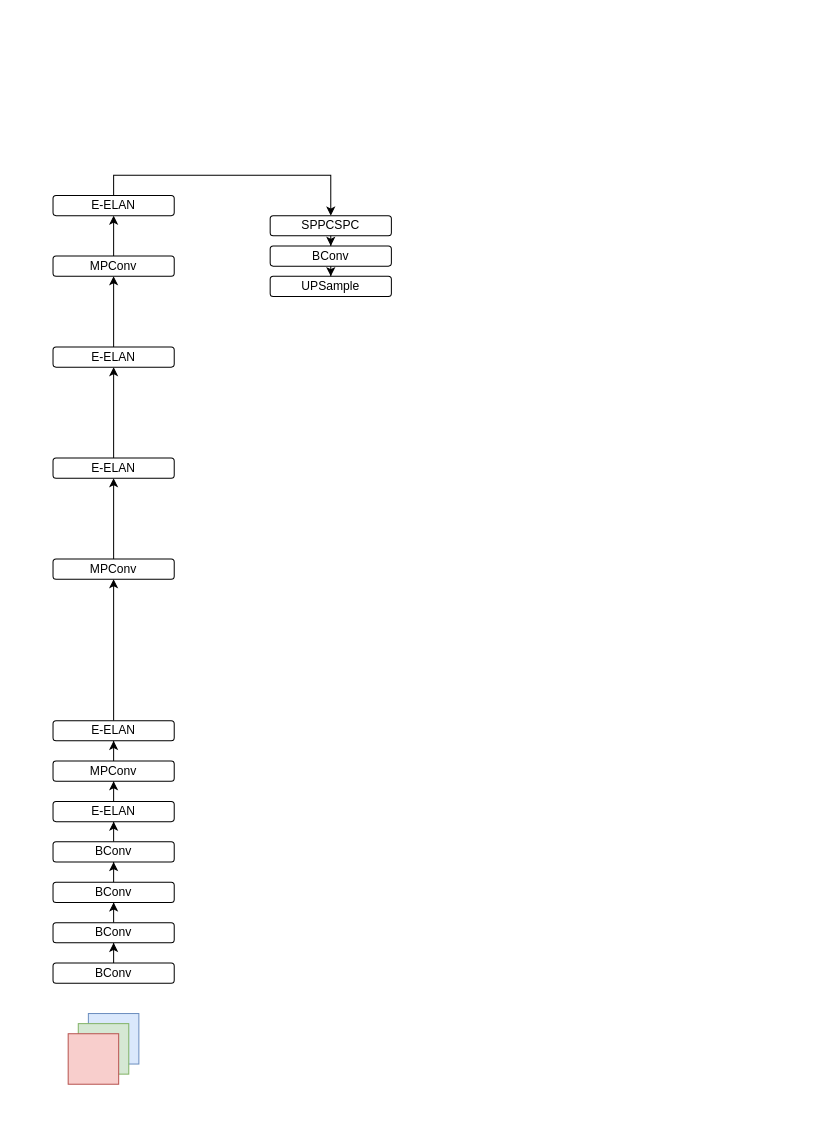
This is yolov7.drawio from YANGJUNYAN0715/papers, a draw.io file, before an edit. Source tidied: cells renumbered, new cells numbered last; positions are measured from the earlier drawing's top-left corner, leaving out a move shared by most shapes. Both pictures are drawn from the tidied source at 101%, with x=0, y=0 at pixel (53, 195).
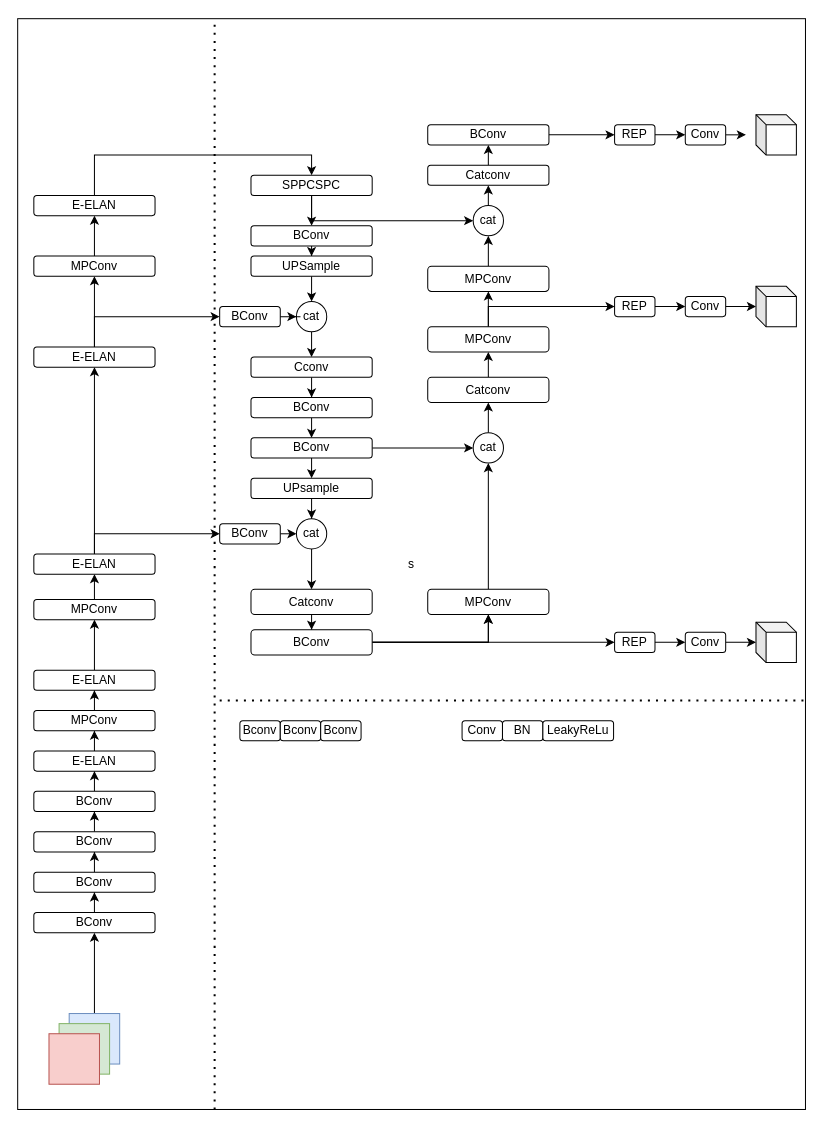
The same diagram, later.

What changed in the source:
```diff
@@
+    <mxCell id="34" value="s" style="rounded=0;whiteSpace=wrap;html=1;" parent="1" vertex="1">
+      <mxGeometry x="-35" y="-175" width="780" height="1080" as="geometry" />
+    </mxCell>
+    <mxCell id="35" style="edgeStyle=orthogonalEdgeStyle;rounded=0;jettySize=auto;html=1;exitX=0.5;exitY=0;exitDx=0;exitDy=0;entryX=0.5;entryY=1;entryDx=0;entryDy=0;" parent="1" edge="1" source="2" target="6">
+      <mxGeometry relative="1" as="geometry" />
+    </mxCell>
     <mxCell id="2" style="whiteSpace=wrap;html=1;fillColor=#dae8fc;strokeColor=#6c8ebf;" parent="1" vertex="1">
-      <mxGeometry x="35" y="810" width="50" height="50" as="geometry" />
+      <mxGeometry x="16" y="810" width="50" height="50" as="geometry" />
     </mxCell>
     <mxCell id="3" style="whiteSpace=wrap;html=1;fillColor=#d5e8d4;strokeColor=#82b366;" parent="1" vertex="1">
-      <mxGeometry x="25" y="820" width="50" height="50" as="geometry" />
+      <mxGeometry x="6" y="820" width="50" height="50" as="geometry" />
     </mxCell>
     <mxCell id="4" style="whiteSpace=wrap;html=1;fillColor=#f8cecc;strokeColor=#b85450;" parent="1" vertex="1">
-      <mxGeometry x="15" y="830" width="50" height="50" as="geometry" />
+      <mxGeometry x="-4" y="830" width="50" height="50" as="geometry" />
     </mxCell>
@@
     <mxCell id="6" value="BConv" style="rounded=1;whiteSpace=wrap;html=1;" parent="1" vertex="1">
-      <mxGeometry y="760" width="120" height="20" as="geometry" />
+      <mxGeometry x="-19" y="710" width="120" height="20" as="geometry" />
     </mxCell>
@@
     <mxCell id="8" value="BConv" style="rounded=1;whiteSpace=wrap;html=1;" parent="1" vertex="1">
-      <mxGeometry y="720" width="120" height="20" as="geometry" />
+      <mxGeometry x="-19" y="670" width="120" height="20" as="geometry" />
     </mxCell>
@@
     <mxCell id="10" value="BConv" style="rounded=1;whiteSpace=wrap;html=1;" parent="1" vertex="1">
-      <mxGeometry y="680" width="120" height="20" as="geometry" />
+      <mxGeometry x="-19" y="630" width="120" height="20" as="geometry" />
     </mxCell>
@@
     <mxCell id="12" value="BConv" style="rounded=1;whiteSpace=wrap;html=1;" parent="1" vertex="1">
-      <mxGeometry y="640" width="120" height="20" as="geometry" />
+      <mxGeometry x="-19" y="590" width="120" height="20" as="geometry" />
     </mxCell>
@@
     <mxCell id="14" value="E-ELAN" style="rounded=1;whiteSpace=wrap;html=1;" parent="1" vertex="1">
-      <mxGeometry y="600" width="120" height="20" as="geometry" />
+      <mxGeometry x="-19" y="550" width="120" height="20" as="geometry" />
     </mxCell>
@@
     <mxCell id="16" value="MPConv" style="rounded=1;whiteSpace=wrap;html=1;" parent="1" vertex="1">
-      <mxGeometry y="560" width="120" height="20" as="geometry" />
+      <mxGeometry x="-19" y="510" width="120" height="20" as="geometry" />
     </mxCell>
@@
     <mxCell id="18" value="E-ELAN" style="rounded=1;whiteSpace=wrap;html=1;" parent="1" vertex="1">
-      <mxGeometry y="520" width="120" height="20" as="geometry" />
+      <mxGeometry x="-19" y="470" width="120" height="20" as="geometry" />
     </mxCell>
@@
     <mxCell id="20" value="MPConv" style="rounded=1;whiteSpace=wrap;html=1;" parent="1" vertex="1">
-      <mxGeometry y="360" width="120" height="20" as="geometry" />
+      <mxGeometry x="-19" y="400" width="120" height="20" as="geometry" />
     </mxCell>
@@
+    <mxCell id="36" style="edgeStyle=orthogonalEdgeStyle;rounded=0;jettySize=auto;html=1;exitX=0.5;exitY=0;exitDx=0;exitDy=0;entryX=0;entryY=0.5;entryDx=0;entryDy=0;" parent="1" edge="1" source="22" target="45">
+      <mxGeometry relative="1" as="geometry" />
+    </mxCell>
     <mxCell id="22" value="E-ELAN" style="rounded=1;whiteSpace=wrap;html=1;" parent="1" vertex="1">
-      <mxGeometry y="260" width="120" height="20" as="geometry" />
+      <mxGeometry x="-19" y="355" width="120" height="20" as="geometry" />
     </mxCell>
+    <mxCell id="37" style="edgeStyle=orthogonalEdgeStyle;rounded=0;jettySize=auto;html=1;exitX=0.5;exitY=0;exitDx=0;exitDy=0;entryX=0;entryY=0.5;entryDx=0;entryDy=0;" parent="1" edge="1" source="24" target="43">
+      <mxGeometry relative="1" as="geometry" />
+    </mxCell>
-    <mxCell id="23" style="edgeStyle=orthogonalEdgeStyle;rounded=0;jettySize=auto;html=1;exitX=0.5;exitY=0;exitDx=0;exitDy=0;" parent="1" edge="1" source="24" target="26">
+    <mxCell id="23" style="edgeStyle=orthogonalEdgeStyle;rounded=0;jettySize=auto;html=1;exitX=0.5;exitY=0;exitDx=0;exitDy=0;entryX=0.5;entryY=1;entryDx=0;entryDy=0;" parent="1" edge="1" source="24" target="26">
       <mxGeometry relative="1" as="geometry" />
     </mxCell>
     <mxCell id="24" value="E-ELAN" style="rounded=1;whiteSpace=wrap;html=1;" parent="1" vertex="1">
-      <mxGeometry y="150" width="120" height="20" as="geometry" />
+      <mxGeometry x="-19" y="150" width="120" height="20" as="geometry" />
     </mxCell>
@@
     <mxCell id="26" value="MPConv" style="rounded=1;whiteSpace=wrap;html=1;" parent="1" vertex="1">
-      <mxGeometry y="60" width="120" height="20" as="geometry" />
+      <mxGeometry x="-19" y="60" width="120" height="20" as="geometry" />
     </mxCell>
@@
     <mxCell id="28" value="E-ELAN" style="rounded=1;whiteSpace=wrap;html=1;" parent="1" vertex="1">
-      <mxGeometry width="120" height="20" as="geometry" />
+      <mxGeometry x="-19" width="120" height="20" as="geometry" />
     </mxCell>
@@
+    <mxCell id="38" style="edgeStyle=orthogonalEdgeStyle;rounded=0;jettySize=auto;html=1;exitX=0.5;exitY=1;exitDx=0;exitDy=0;entryX=0;entryY=0.5;entryDx=0;entryDy=0;" parent="1" edge="1" source="30" target="64">
+      <mxGeometry relative="1" as="geometry" />
+    </mxCell>
     <mxCell id="30" value="SPPCSPC" style="rounded=1;whiteSpace=wrap;html=1;" parent="1" vertex="1">
-      <mxGeometry x="215" y="20" width="120" height="20" as="geometry" />
+      <mxGeometry x="196" y="-20" width="120" height="20" as="geometry" />
     </mxCell>
@@
     <mxCell id="32" value="BConv" style="rounded=1;whiteSpace=wrap;html=1;" parent="1" vertex="1">
-      <mxGeometry x="215" y="50" width="120" height="20" as="geometry" />
+      <mxGeometry x="196" y="30" width="120" height="20" as="geometry" />
     </mxCell>
+    <mxCell id="39" style="edgeStyle=orthogonalEdgeStyle;rounded=0;jettySize=auto;html=1;" parent="1" edge="1" source="33" target="41">
+      <mxGeometry relative="1" as="geometry" />
+    </mxCell>
     <mxCell id="33" value="UPSample" style="rounded=1;whiteSpace=wrap;html=1;" parent="1" vertex="1">
-      <mxGeometry x="215" y="80" width="120" height="20" as="geometry" />
+      <mxGeometry x="196" y="60" width="120" height="20" as="geometry" />
     </mxCell>
+    <mxCell id="40" style="edgeStyle=orthogonalEdgeStyle;rounded=0;jettySize=auto;html=1;" parent="1" edge="1" source="41" target="49">
+      <mxGeometry relative="1" as="geometry" />
+    </mxCell>
+    <mxCell id="41" value="cat" style="ellipse;whiteSpace=wrap;html=1;rounded=1;" parent="1" vertex="1">
+      <mxGeometry x="241" y="105" width="30" height="30" as="geometry" />
+    </mxCell>
+    <mxCell id="42" style="edgeStyle=orthogonalEdgeStyle;rounded=0;jettySize=auto;html=1;" parent="1" edge="1" source="43" target="41">
+      <mxGeometry relative="1" as="geometry" />
+    </mxCell>
+    <mxCell id="43" value="BConv" style="rounded=1;whiteSpace=wrap;html=1;" parent="1" vertex="1">
+      <mxGeometry x="165" y="110" width="60" height="20" as="geometry" />
+    </mxCell>
+    <mxCell id="44" style="edgeStyle=orthogonalEdgeStyle;rounded=0;jettySize=auto;html=1;exitX=1;exitY=0.5;exitDx=0;exitDy=0;entryX=0;entryY=0.5;entryDx=0;entryDy=0;" parent="1" edge="1" source="45" target="47">
+      <mxGeometry relative="1" as="geometry" />
+    </mxCell>
+    <mxCell id="45" value="BConv" style="rounded=1;whiteSpace=wrap;html=1;" parent="1" vertex="1">
+      <mxGeometry x="165" y="325" width="60" height="20" as="geometry" />
+    </mxCell>
+    <mxCell id="46" style="edgeStyle=orthogonalEdgeStyle;rounded=0;jettySize=auto;html=1;" parent="1" edge="1" source="47" target="58">
+      <mxGeometry relative="1" as="geometry" />
+    </mxCell>
+    <mxCell id="47" value="cat" style="ellipse;whiteSpace=wrap;html=1;rounded=1;" parent="1" vertex="1">
+      <mxGeometry x="241" y="320" width="30" height="30" as="geometry" />
+    </mxCell>
+    <mxCell id="48" style="edgeStyle=orthogonalEdgeStyle;rounded=0;jettySize=auto;html=1;entryX=0.5;entryY=0;entryDx=0;entryDy=0;" parent="1" edge="1" source="49" target="54">
+      <mxGeometry relative="1" as="geometry" />
+    </mxCell>
+    <mxCell id="49" value="Cconv" style="rounded=1;whiteSpace=wrap;html=1;" parent="1" vertex="1">
+      <mxGeometry x="196" y="160" width="120" height="20" as="geometry" />
+    </mxCell>
+    <mxCell id="50" style="edgeStyle=orthogonalEdgeStyle;rounded=0;jettySize=auto;html=1;exitX=0.5;exitY=1;exitDx=0;exitDy=0;entryX=0.5;entryY=0;entryDx=0;entryDy=0;" parent="1" edge="1" source="52" target="56">
+      <mxGeometry relative="1" as="geometry" />
+    </mxCell>
+    <mxCell id="51" style="edgeStyle=orthogonalEdgeStyle;rounded=0;jettySize=auto;html=1;" parent="1" edge="1" source="52" target="75">
+      <mxGeometry relative="1" as="geometry" />
+    </mxCell>
+    <mxCell id="52" value="BConv" style="rounded=1;whiteSpace=wrap;html=1;" parent="1" vertex="1">
+      <mxGeometry x="196" y="240" width="120" height="20" as="geometry" />
+    </mxCell>
+    <mxCell id="53" style="edgeStyle=orthogonalEdgeStyle;rounded=0;jettySize=auto;html=1;exitX=0.5;exitY=1;exitDx=0;exitDy=0;entryX=0.5;entryY=0;entryDx=0;entryDy=0;" parent="1" edge="1" source="54" target="52">
+      <mxGeometry relative="1" as="geometry" />
+    </mxCell>
+    <mxCell id="54" value="BConv" style="rounded=1;whiteSpace=wrap;html=1;" parent="1" vertex="1">
+      <mxGeometry x="196" y="200" width="120" height="20" as="geometry" />
+    </mxCell>
+    <mxCell id="55" style="edgeStyle=orthogonalEdgeStyle;rounded=0;jettySize=auto;html=1;" parent="1" edge="1" source="56" target="47">
+      <mxGeometry relative="1" as="geometry" />
+    </mxCell>
+    <mxCell id="56" value="UPsample" style="rounded=1;whiteSpace=wrap;html=1;" parent="1" vertex="1">
+      <mxGeometry x="196" y="280" width="120" height="20" as="geometry" />
+    </mxCell>
+    <mxCell id="57" style="edgeStyle=orthogonalEdgeStyle;rounded=0;jettySize=auto;html=1;" parent="1" edge="1" source="58" target="62">
+      <mxGeometry relative="1" as="geometry" />
+    </mxCell>
+    <mxCell id="58" value="Catconv" style="whiteSpace=wrap;html=1;rounded=1;" parent="1" vertex="1">
+      <mxGeometry x="196" y="390" width="120" height="25" as="geometry" />
+    </mxCell>
+    <mxCell id="59" style="edgeStyle=orthogonalEdgeStyle;rounded=0;jettySize=auto;html=1;exitX=1;exitY=0.5;exitDx=0;exitDy=0;entryX=0.5;entryY=1;entryDx=0;entryDy=0;" parent="1" edge="1" source="62" target="73">
+      <mxGeometry relative="1" as="geometry" />
+    </mxCell>
+    <mxCell id="60" style="edgeStyle=orthogonalEdgeStyle;rounded=0;jettySize=auto;html=1;" parent="1" edge="1" source="62" target="73">
+      <mxGeometry relative="1" as="geometry" />
+    </mxCell>
+    <mxCell id="61" style="edgeStyle=orthogonalEdgeStyle;rounded=0;jettySize=auto;html=1;exitX=1;exitY=0.5;exitDx=0;exitDy=0;entryX=0;entryY=0.5;entryDx=0;entryDy=0;" parent="1" edge="1" source="62" target="85">
+      <mxGeometry relative="1" as="geometry" />
+    </mxCell>
+    <mxCell id="62" value="BConv" style="whiteSpace=wrap;html=1;rounded=1;" parent="1" vertex="1">
+      <mxGeometry x="196" y="430" width="120" height="25" as="geometry" />
+    </mxCell>
+    <mxCell id="63" style="edgeStyle=orthogonalEdgeStyle;rounded=0;jettySize=auto;html=1;exitX=0.5;exitY=0;exitDx=0;exitDy=0;entryX=0.5;entryY=1;entryDx=0;entryDy=0;" parent="1" edge="1" source="64" target="77">
+      <mxGeometry relative="1" as="geometry" />
+    </mxCell>
+    <mxCell id="64" value="cat" style="ellipse;whiteSpace=wrap;html=1;rounded=1;" parent="1" vertex="1">
+      <mxGeometry x="416" y="10" width="30" height="30" as="geometry" />
+    </mxCell>
+    <mxCell id="65" style="edgeStyle=orthogonalEdgeStyle;rounded=0;jettySize=auto;html=1;" parent="1" edge="1" source="66" target="64">
+      <mxGeometry relative="1" as="geometry" />
+    </mxCell>
+    <mxCell id="66" value="MPConv" style="whiteSpace=wrap;html=1;rounded=1;" parent="1" vertex="1">
+      <mxGeometry x="371" y="70" width="120" height="25" as="geometry" />
+    </mxCell>
+    <mxCell id="67" style="edgeStyle=orthogonalEdgeStyle;rounded=0;jettySize=auto;html=1;" parent="1" edge="1" source="69" target="66">
+      <mxGeometry relative="1" as="geometry" />
+    </mxCell>
+    <mxCell id="68" style="edgeStyle=orthogonalEdgeStyle;rounded=0;jettySize=auto;html=1;exitX=0.5;exitY=0;exitDx=0;exitDy=0;entryX=0;entryY=0.5;entryDx=0;entryDy=0;" parent="1" edge="1" source="69" target="83">
+      <mxGeometry relative="1" as="geometry" />
+    </mxCell>
+    <mxCell id="69" value="MPConv" style="whiteSpace=wrap;html=1;rounded=1;" parent="1" vertex="1">
+      <mxGeometry x="371" y="130" width="120" height="25" as="geometry" />
+    </mxCell>
+    <mxCell id="70" style="edgeStyle=orthogonalEdgeStyle;rounded=0;jettySize=auto;html=1;" parent="1" edge="1" source="71" target="69">
+      <mxGeometry relative="1" as="geometry" />
+    </mxCell>
+    <mxCell id="71" value="Catconv" style="whiteSpace=wrap;html=1;rounded=1;" parent="1" vertex="1">
+      <mxGeometry x="371" y="180" width="120" height="25" as="geometry" />
+    </mxCell>
+    <mxCell id="72" style="edgeStyle=orthogonalEdgeStyle;rounded=0;jettySize=auto;html=1;exitX=0.5;exitY=0;exitDx=0;exitDy=0;entryX=0.5;entryY=1;entryDx=0;entryDy=0;" parent="1" edge="1" source="73" target="75">
+      <mxGeometry relative="1" as="geometry" />
+    </mxCell>
+    <mxCell id="73" value="MPConv" style="whiteSpace=wrap;html=1;rounded=1;" parent="1" vertex="1">
+      <mxGeometry x="371" y="390" width="120" height="25" as="geometry" />
+    </mxCell>
+    <mxCell id="74" style="edgeStyle=orthogonalEdgeStyle;rounded=0;jettySize=auto;html=1;" parent="1" edge="1" source="75" target="71">
+      <mxGeometry relative="1" as="geometry" />
+    </mxCell>
+    <mxCell id="75" value="cat" style="ellipse;whiteSpace=wrap;html=1;rounded=1;" parent="1" vertex="1">
+      <mxGeometry x="416" y="235" width="30" height="30" as="geometry" />
+    </mxCell>
+    <mxCell id="76" style="edgeStyle=orthogonalEdgeStyle;rounded=0;jettySize=auto;html=1;exitX=0.5;exitY=0;exitDx=0;exitDy=0;entryX=0.5;entryY=1;entryDx=0;entryDy=0;" parent="1" edge="1" source="77" target="79">
+      <mxGeometry relative="1" as="geometry" />
+    </mxCell>
+    <mxCell id="77" value="Catconv" style="rounded=1;whiteSpace=wrap;html=1;" parent="1" vertex="1">
+      <mxGeometry x="371" y="-30" width="120" height="20" as="geometry" />
+    </mxCell>
+    <mxCell id="78" style="edgeStyle=orthogonalEdgeStyle;rounded=0;jettySize=auto;html=1;exitX=1;exitY=0.5;exitDx=0;exitDy=0;entryX=0;entryY=0.5;entryDx=0;entryDy=0;" parent="1" edge="1" source="79" target="81">
+      <mxGeometry relative="1" as="geometry" />
+    </mxCell>
+    <mxCell id="79" value="BConv" style="rounded=1;whiteSpace=wrap;html=1;" parent="1" vertex="1">
+      <mxGeometry x="371" y="-70" width="120" height="20" as="geometry" />
+    </mxCell>
+    <mxCell id="80" style="edgeStyle=orthogonalEdgeStyle;rounded=0;jettySize=auto;html=1;" parent="1" edge="1" source="81" target="87">
+      <mxGeometry relative="1" as="geometry" />
+    </mxCell>
+    <mxCell id="81" value="REP" style="rounded=1;whiteSpace=wrap;html=1;" parent="1" vertex="1">
+      <mxGeometry x="556" y="-70" width="40" height="20" as="geometry" />
+    </mxCell>
+    <mxCell id="82" style="edgeStyle=orthogonalEdgeStyle;rounded=0;jettySize=auto;html=1;" parent="1" edge="1" source="83" target="89">
+      <mxGeometry relative="1" as="geometry" />
+    </mxCell>
+    <mxCell id="83" value="REP" style="rounded=1;whiteSpace=wrap;html=1;" parent="1" vertex="1">
+      <mxGeometry x="556" y="100" width="40" height="20" as="geometry" />
+    </mxCell>
+    <mxCell id="84" style="edgeStyle=orthogonalEdgeStyle;rounded=0;jettySize=auto;html=1;" parent="1" edge="1" source="85" target="91">
+      <mxGeometry relative="1" as="geometry" />
+    </mxCell>
+    <mxCell id="85" value="REP" style="rounded=1;whiteSpace=wrap;html=1;" parent="1" vertex="1">
+      <mxGeometry x="556" y="432.5" width="40" height="20" as="geometry" />
+    </mxCell>
+    <mxCell id="86" style="edgeStyle=orthogonalEdgeStyle;rounded=0;jettySize=auto;html=1;exitX=1;exitY=0.5;exitDx=0;exitDy=0;" parent="1" edge="1" source="87">
+      <mxGeometry relative="1" as="geometry">
+        <mxPoint x="686" y="-60" as="targetPoint" />
+      </mxGeometry>
+    </mxCell>
+    <mxCell id="87" value="Conv" style="rounded=1;whiteSpace=wrap;html=1;" parent="1" vertex="1">
+      <mxGeometry x="626" y="-70" width="40" height="20" as="geometry" />
+    </mxCell>
+    <mxCell id="88" style="edgeStyle=orthogonalEdgeStyle;rounded=0;jettySize=auto;html=1;" parent="1" edge="1" source="89" target="93">
+      <mxGeometry relative="1" as="geometry" />
+    </mxCell>
+    <mxCell id="89" value="Conv" style="rounded=1;whiteSpace=wrap;html=1;" parent="1" vertex="1">
+      <mxGeometry x="626" y="100" width="40" height="20" as="geometry" />
+    </mxCell>
+    <mxCell id="90" style="edgeStyle=orthogonalEdgeStyle;rounded=0;jettySize=auto;html=1;" parent="1" edge="1" source="91" target="94">
+      <mxGeometry relative="1" as="geometry" />
+    </mxCell>
+    <mxCell id="91" value="Conv" style="rounded=1;whiteSpace=wrap;html=1;" parent="1" vertex="1">
+      <mxGeometry x="626" y="432.5" width="40" height="20" as="geometry" />
+    </mxCell>
+    <mxCell id="92" style="shape=cube;whiteSpace=wrap;html=1;boundedLbl=1;backgroundOutline=1;darkOpacity=0.05;darkOpacity2=0.1;size=10;fontStyle=1;" parent="1" vertex="1">
+      <mxGeometry x="696" y="-80" width="40" height="40" as="geometry" />
+    </mxCell>
+    <mxCell id="93" style="shape=cube;whiteSpace=wrap;html=1;boundedLbl=1;backgroundOutline=1;darkOpacity=0.05;darkOpacity2=0.1;size=10;" parent="1" vertex="1">
+      <mxGeometry x="696" y="90" width="40" height="40" as="geometry" />
+    </mxCell>
+    <mxCell id="94" style="shape=cube;whiteSpace=wrap;html=1;boundedLbl=1;backgroundOutline=1;darkOpacity=0.05;darkOpacity2=0.1;size=10;" parent="1" vertex="1">
+      <mxGeometry x="696" y="422.5" width="40" height="40" as="geometry" />
+    </mxCell>
+    <mxCell id="95" style="endArrow=none;dashed=1;html=1;dashPattern=1 3;strokeWidth=2;rounded=0;entryX=0.25;entryY=0;entryDx=0;entryDy=0;exitX=0.25;exitY=1;exitDx=0;exitDy=0;" parent="1" edge="1" source="34" target="34">
+      <mxGeometry relative="1" as="geometry" />
+    </mxCell>
+    <mxCell id="96" style="endArrow=none;dashed=1;html=1;dashPattern=1 3;strokeWidth=2;rounded=0;entryX=1;entryY=0.625;entryDx=0;entryDy=0;entryPerimeter=0;" parent="1" edge="1" target="34">
+      <mxGeometry relative="1" as="geometry">
+        <mxPoint x="165" y="500" as="sourcePoint" />
+      </mxGeometry>
+    </mxCell>
+    <mxCell id="97" value="Bconv" style="rounded=1;whiteSpace=wrap;html=1;" parent="1" vertex="1">
+      <mxGeometry x="185" y="520" width="40" height="20" as="geometry" />
+    </mxCell>
+    <mxCell id="98" value="Bconv" style="rounded=1;whiteSpace=wrap;html=1;" parent="1" vertex="1">
+      <mxGeometry x="225" y="520" width="40" height="20" as="geometry" />
+    </mxCell>
+    <mxCell id="99" value="Bconv" style="rounded=1;whiteSpace=wrap;html=1;" parent="1" vertex="1">
+      <mxGeometry x="265" y="520" width="40" height="20" as="geometry" />
+    </mxCell>
+    <mxCell id="100" value="Conv" style="rounded=1;whiteSpace=wrap;html=1;" parent="1" vertex="1">
+      <mxGeometry x="405" y="520" width="40" height="20" as="geometry" />
+    </mxCell>
+    <mxCell id="101" value="BN" style="rounded=1;whiteSpace=wrap;html=1;" parent="1" vertex="1">
+      <mxGeometry x="445" y="520" width="40" height="20" as="geometry" />
+    </mxCell>
+    <mxCell id="102" value="LeakyReLu" style="rounded=1;whiteSpace=wrap;html=1;" parent="1" vertex="1">
+      <mxGeometry x="485" y="520" width="70" height="20" as="geometry" />
+    </mxCell>
```
